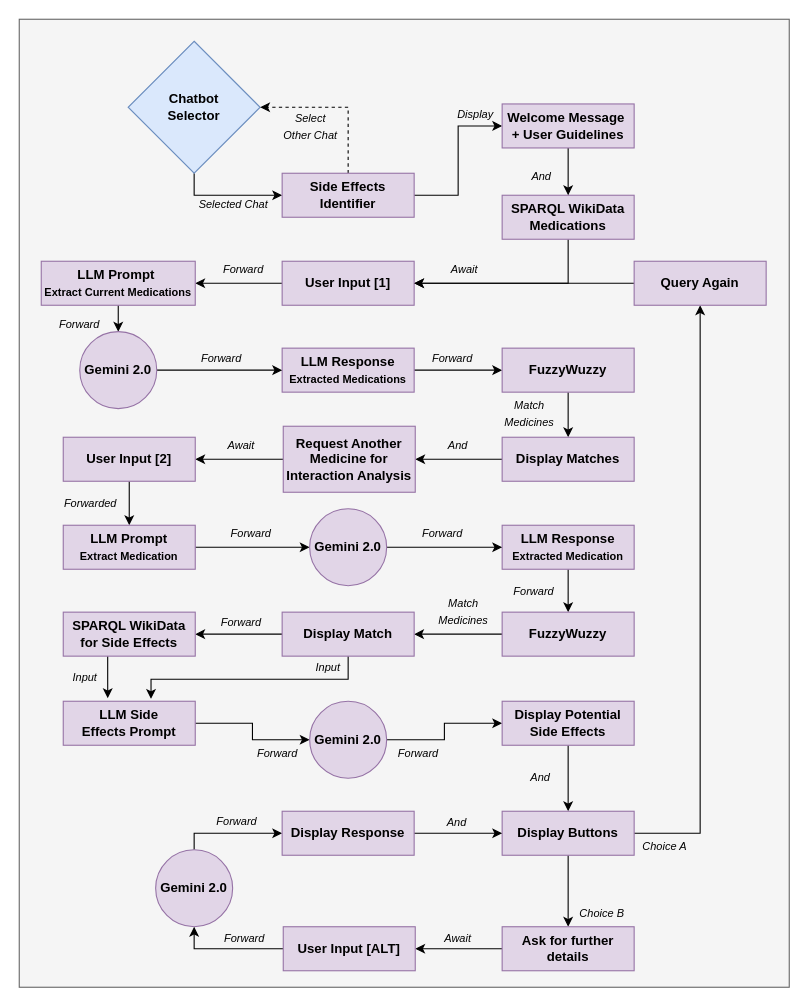
Above: side_effects_identifier.drawio in mosmar99/PRISM (draw.io), before the change. Source tidied: cells renumbered, new cells numbered last; positions are measured from the earlier drawing's top-left corner, leaving out a move shared by most shapes. Both pictures are drawn from the tidied source at 110%, with x=0, y=0 at pixel (19, 19).
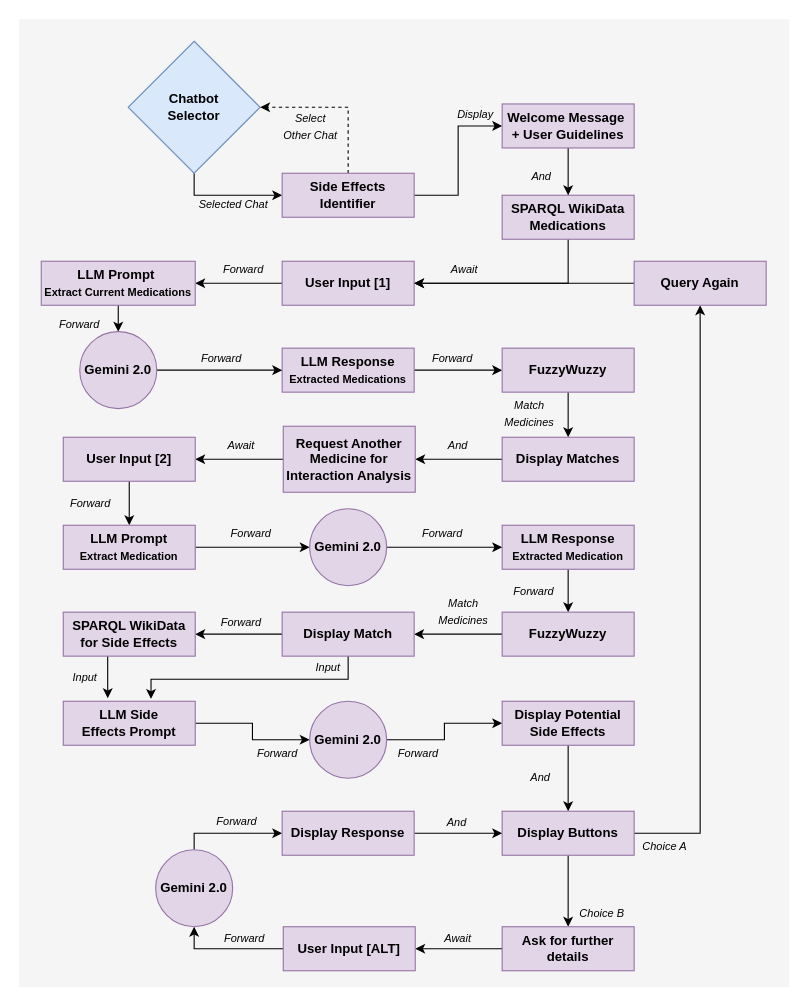
The same diagram, later.

The edit, as a diff of the source:
```diff
@@
-    <mxCell id="2" style="rounded=0;whiteSpace=wrap;html=1;fillColor=#f5f5f5;fontColor=#333333;strokeColor=#666666;" parent="1" vertex="1">
+    <mxCell id="2" style="rounded=0;whiteSpace=wrap;html=1;fillColor=#f5f5f5;fontColor=#333333;strokeColor=none;" parent="1" vertex="1">
       <mxGeometry width="700" height="880" as="geometry" />
     </mxCell>
@@
-    <mxCell id="70" value="&lt;i style=&quot;border-color: var(--border-color); font-size: 10px;&quot;&gt;Forwarded&lt;/i&gt;" style="text;html=1;strokeColor=none;fillColor=none;align=center;verticalAlign=middle;whiteSpace=wrap;rounded=0;" parent="1" vertex="1">
+    <mxCell id="70" value="&lt;i style=&quot;border-color: var(--border-color); font-size: 10px;&quot;&gt;Forward&lt;/i&gt;" style="text;html=1;strokeColor=none;fillColor=none;align=center;verticalAlign=middle;whiteSpace=wrap;rounded=0;" parent="1" vertex="1">
       <mxGeometry x="30" y="423" width="70" height="34" as="geometry" />
     </mxCell>
```
